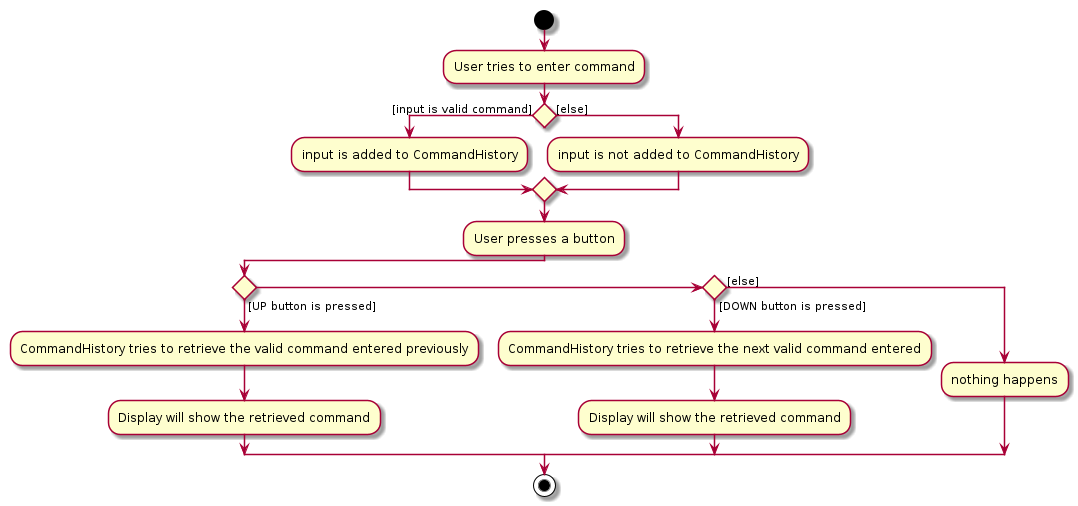
Before: docs/images/CommandHistoryActivity.png, a diagram exported from PlantUML (rtshkmr/tp).
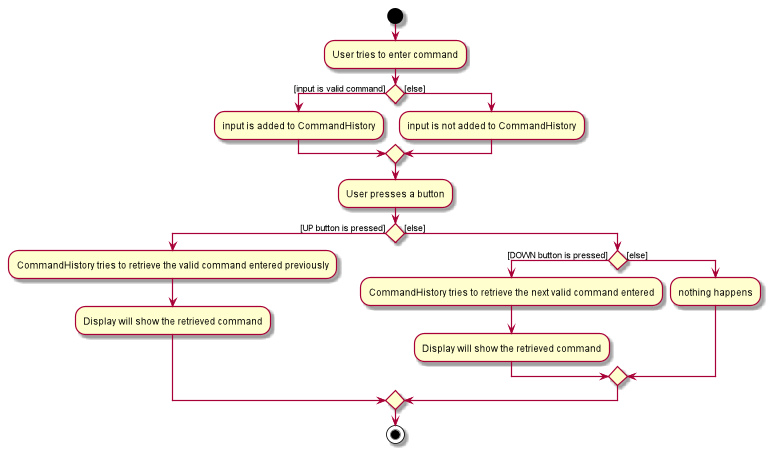
The same diagram one commit later.

Commit message:
Update CommandHistory diagram

The edit, as a diff of the source:
```diff
@@ -10,11 +10,14 @@
 if () then ([UP button is pressed])
   :CommandHistory tries to retrieve the valid command entered previously;
   :Display will show the retrieved command;
-else if () then ([DOWN button is pressed])
-  :CommandHistory tries to retrieve the next valid command entered;
-  :Display will show the retrieved command;
 else ([else])
-  :nothing happens;
+  if () then ([DOWN button is pressed])
+    :CommandHistory tries to retrieve the next valid command entered;
+    :Display will show the retrieved command;
+  else ([else])
+    :nothing happens;
+  endif;
 endif;
+
 stop
 @enduml
```
